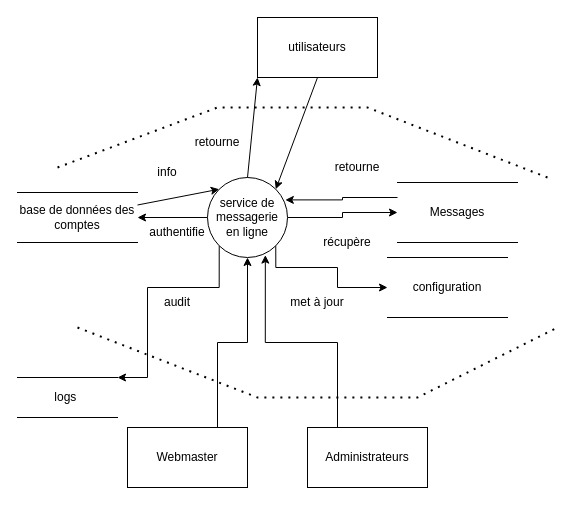
This is figures/dfd.drawio from AdrienPeg/STI-Proj2, a draw.io file, before an edit. Source tidied: cells renumbered, new cells numbered last; positions are measured from the earlier drawing's top-left corner, leaving out a move shared by most shapes. Both pictures are drawn from the tidied source at 100%, with x=0, y=0 at pixel (17, 17).
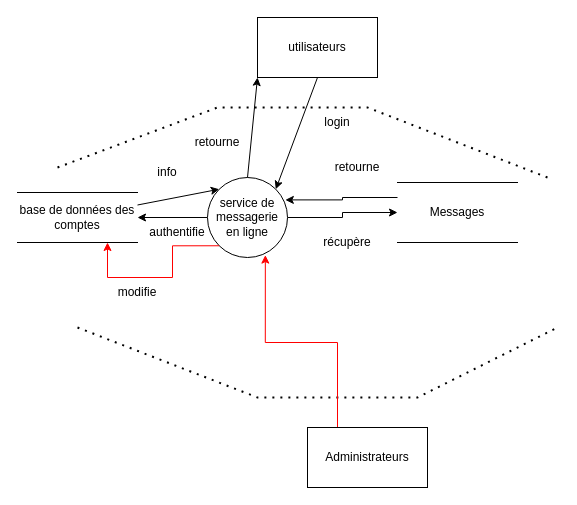
The same diagram, later.

Unchanged cells that the change refers to:
```xml
<mxCell id="6" value="service de messagerie en ligne" style="ellipse;whiteSpace=wrap;html=1;" parent="1" vertex="1">
  <mxGeometry x="190" y="160" width="80" height="80" as="geometry" />
</mxCell>
<mxCell id="13" value="base de données des comptes" style="shape=partialRectangle;whiteSpace=wrap;html=1;left=0;right=0;fillColor=none;" parent="1" vertex="1">
  <mxGeometry y="175" width="120" height="50" as="geometry" />
</mxCell>
<mxCell id="26" value="Administrateurs" style="rounded=0;whiteSpace=wrap;html=1;" parent="1" vertex="1">
  <mxGeometry x="290" y="410" width="120" height="60" as="geometry" />
</mxCell>
```

What changed in the source:
```diff
@@
-    <mxCell id="3" style="edgeStyle=orthogonalEdgeStyle;rounded=0;jettySize=auto;html=1;exitX=0;exitY=1;exitDx=0;exitDy=0;entryX=1;entryY=0;entryDx=0;entryDy=0;fillColor=#FF0000;" parent="1" edge="1" source="6" target="17">
-      <mxGeometry relative="1" as="geometry">
-        <Array as="points">
-          <mxPoint x="202" y="270" />
-          <mxPoint x="130" y="270" />
-          <mxPoint x="130" y="360" />
-        </Array>
-      </mxGeometry>
-    </mxCell>
@@
-    <mxCell id="5" style="edgeStyle=orthogonalEdgeStyle;rounded=0;jettySize=auto;html=1;exitX=1;exitY=1;exitDx=0;exitDy=0;entryX=0;entryY=0.5;entryDx=0;entryDy=0;strokeColor=#000000;fillColor=#FF0000;" parent="1" edge="1" source="6" target="23">
-      <mxGeometry relative="1" as="geometry">
-        <Array as="points">
-          <mxPoint x="258" y="250" />
-          <mxPoint x="320" y="250" />
-          <mxPoint x="320" y="270" />
-        </Array>
-      </mxGeometry>
-    </mxCell>
@@
-    <mxCell id="17" value="logs&amp;nbsp;" style="shape=partialRectangle;whiteSpace=wrap;html=1;left=0;right=0;fillColor=none;" parent="1" vertex="1">
-      <mxGeometry y="360" width="100" height="40" as="geometry" />
-    </mxCell>
-    <mxCell id="18" value="audit" style="text;html=1;strokeColor=none;fillColor=none;align=center;verticalAlign=middle;whiteSpace=wrap;rounded=0;" parent="1" vertex="1">
-      <mxGeometry x="130" y="270" width="60" height="30" as="geometry" />
+    <mxCell id="18" value="modifie" style="text;html=1;strokeColor=none;fillColor=none;align=center;verticalAlign=middle;whiteSpace=wrap;rounded=0;" parent="1" vertex="1">
+      <mxGeometry x="90" y="260" width="60" height="30" as="geometry" />
     </mxCell>
@@
-    <mxCell id="23" value="configuration" style="shape=partialRectangle;whiteSpace=wrap;html=1;left=0;right=0;fillColor=none;" parent="1" vertex="1">
-      <mxGeometry x="370" y="240" width="120" height="60" as="geometry" />
-    </mxCell>
-    <mxCell id="24" value="met à jour" style="text;html=1;strokeColor=none;fillColor=none;align=center;verticalAlign=middle;whiteSpace=wrap;rounded=0;" parent="1" vertex="1">
-      <mxGeometry x="270" y="270" width="60" height="30" as="geometry" />
-    </mxCell>
-    <mxCell id="25" style="edgeStyle=orthogonalEdgeStyle;rounded=0;jettySize=auto;html=1;exitX=0.25;exitY=0;exitDx=0;exitDy=0;strokeColor=#000000;fillColor=#FF0000;entryX=0.723;entryY=0.97;entryDx=0;entryDy=0;entryPerimeter=0;" parent="1" edge="1" source="26" target="6">
+    <mxCell id="25" style="edgeStyle=orthogonalEdgeStyle;rounded=0;jettySize=auto;html=1;exitX=0.25;exitY=0;exitDx=0;exitDy=0;strokeColor=#FF0000;fillColor=#FF0000;entryX=0.723;entryY=0.97;entryDx=0;entryDy=0;entryPerimeter=0;" parent="1" edge="1" source="26" target="6">
       <mxGeometry relative="1" as="geometry" />
     </mxCell>
@@
-    <mxCell id="27" style="edgeStyle=orthogonalEdgeStyle;rounded=0;jettySize=auto;html=1;exitX=0.75;exitY=0;exitDx=0;exitDy=0;entryX=0.5;entryY=1;entryDx=0;entryDy=0;strokeColor=#000000;fillColor=#FF0000;" parent="1" edge="1" source="28" target="6">
-      <mxGeometry relative="1" as="geometry" />
-    </mxCell>
-    <mxCell id="28" value="Webmaster" style="rounded=0;whiteSpace=wrap;html=1;" parent="1" vertex="1">
-      <mxGeometry x="110" y="410" width="120" height="60" as="geometry" />
-    </mxCell>
+    <mxCell id="29" style="edgeStyle=orthogonalEdgeStyle;rounded=0;jettySize=auto;html=1;strokeColor=#FF0000;fillColor=#FF0000;entryX=0.75;entryY=1;entryDx=0;entryDy=0;exitX=0;exitY=1;exitDx=0;exitDy=0;" parent="1" edge="1" source="6" target="13">
+      <mxGeometry relative="1" as="geometry" />
+    </mxCell>
+    <mxCell id="30" value="login" style="text;html=1;strokeColor=none;fillColor=none;align=center;verticalAlign=middle;whiteSpace=wrap;rounded=0;" parent="1" vertex="1">
+      <mxGeometry x="290" y="90" width="60" height="30" as="geometry" />
+    </mxCell>
```
